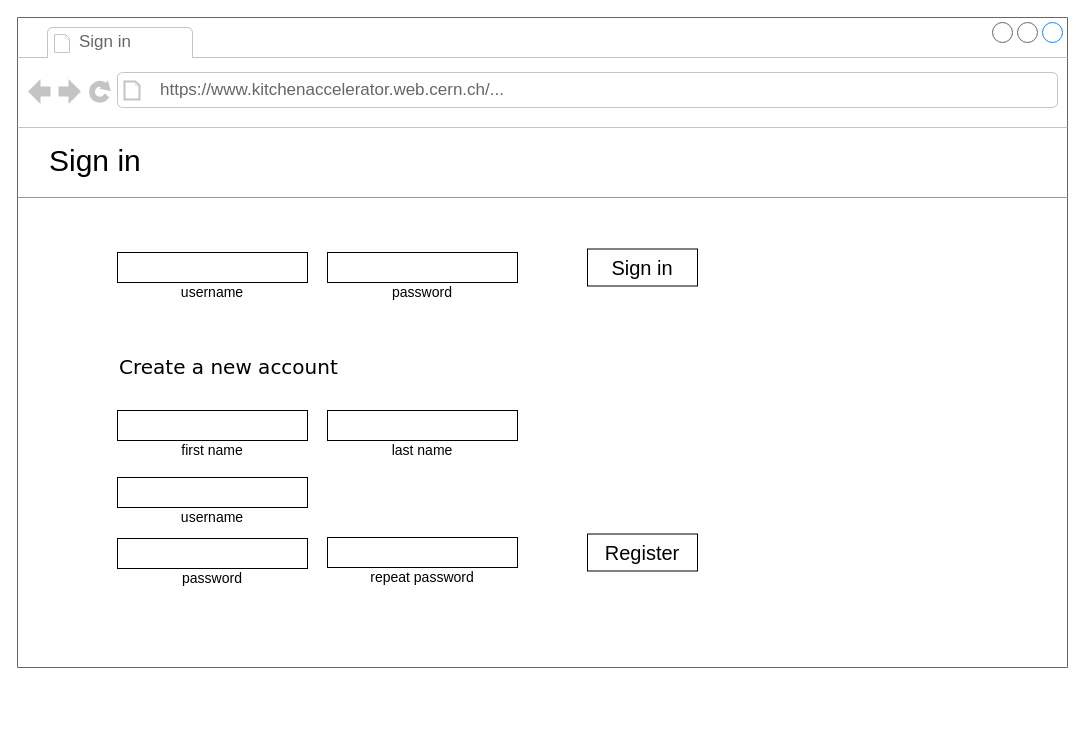
The draw.io diagram page "Sign in" (5 of 5) of media/wireframes/wireframes.drawio in DEUCE1957/kitchen-accelerator, before the edit. Source tidied: cells renumbered, new cells numbered last; positions are measured from the earlier drawing's top-left corner, leaving out a move shared by most shapes. Both pictures are drawn from the tidied source at 100%, with x=0, y=0 at pixel (17, 17).
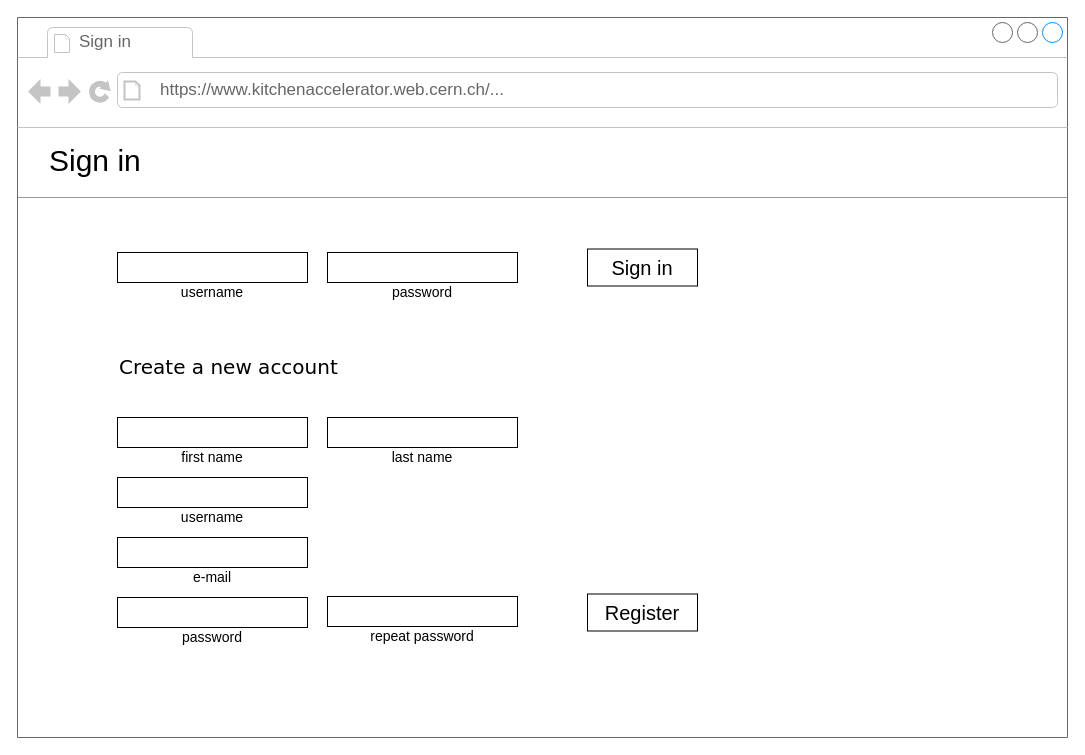
Above is the later version.

The edit, as a diff of the source:
```diff
@@
     <mxCell id="2" style="strokeWidth=1;shadow=0;dashed=0;align=center;html=1;shape=mxgraph.mockup.containers.browserWindow;rSize=0;fillColor=#ffffff;strokeColor=#666666;mainText=,;rounded=0;labelBackgroundColor=none;fontFamily=Helvetica;fontSize=12;fontColor=#000000;" parent="1" vertex="1">
-      <mxGeometry width="1050" height="650" as="geometry" />
+      <mxGeometry width="1050" height="720" as="geometry" />
     </mxCell>
@@
     <mxCell id="11" style="rounded=0;whiteSpace=wrap;html=1;fontFamily=Helvetica;fontSize=14;" parent="2" vertex="1">
-      <mxGeometry x="100" y="393" width="190" height="30" as="geometry" />
+      <mxGeometry x="100" y="400" width="190" height="30" as="geometry" />
     </mxCell>
     <mxCell id="12" value="first name" style="text;html=1;strokeColor=none;fillColor=none;align=center;verticalAlign=middle;whiteSpace=wrap;rounded=0;fontFamily=Helvetica;fontSize=14;" parent="2" vertex="1">
-      <mxGeometry x="100" y="423" width="190" height="20" as="geometry" />
+      <mxGeometry x="100" y="430" width="190" height="20" as="geometry" />
     </mxCell>
     <mxCell id="13" style="rounded=0;whiteSpace=wrap;html=1;fontFamily=Helvetica;fontSize=14;" parent="2" vertex="1">
-      <mxGeometry x="310" y="520" width="190" height="30" as="geometry" />
+      <mxGeometry x="310" y="579" width="190" height="30" as="geometry" />
     </mxCell>
     <mxCell id="14" value="repeat password" style="text;html=1;strokeColor=none;fillColor=none;align=center;verticalAlign=middle;whiteSpace=wrap;rounded=0;fontFamily=Helvetica;fontSize=14;" parent="2" vertex="1">
-      <mxGeometry x="310" y="550" width="190" height="20" as="geometry" />
+      <mxGeometry x="310" y="609" width="190" height="20" as="geometry" />
     </mxCell>
     <mxCell id="15" style="rounded=0;whiteSpace=wrap;html=1;fontFamily=Helvetica;fontSize=14;" parent="2" vertex="1">
-      <mxGeometry x="310" y="393" width="190" height="30" as="geometry" />
+      <mxGeometry x="310" y="400" width="190" height="30" as="geometry" />
     </mxCell>
     <mxCell id="16" value="last name" style="text;html=1;strokeColor=none;fillColor=none;align=center;verticalAlign=middle;whiteSpace=wrap;rounded=0;fontFamily=Helvetica;fontSize=14;" parent="2" vertex="1">
-      <mxGeometry x="310" y="423" width="190" height="20" as="geometry" />
+      <mxGeometry x="310" y="430" width="190" height="20" as="geometry" />
     </mxCell>
     <mxCell id="17" style="rounded=0;whiteSpace=wrap;html=1;fontFamily=Helvetica;fontSize=14;" parent="2" vertex="1">
-      <mxGeometry x="100" y="521" width="190" height="30" as="geometry" />
+      <mxGeometry x="100" y="580" width="190" height="30" as="geometry" />
     </mxCell>
     <mxCell id="18" value="password" style="text;html=1;strokeColor=none;fillColor=none;align=center;verticalAlign=middle;whiteSpace=wrap;rounded=0;fontFamily=Helvetica;fontSize=14;" parent="2" vertex="1">
-      <mxGeometry x="100" y="551" width="190" height="20" as="geometry" />
+      <mxGeometry x="100" y="610" width="190" height="20" as="geometry" />
     </mxCell>
     <mxCell id="19" value="Register" style="rounded=0;whiteSpace=wrap;html=1;fontSize=20;fontFamily=Helvetica;" parent="2" vertex="1">
-      <mxGeometry x="570" y="516.5" width="110" height="37" as="geometry" />
+      <mxGeometry x="570" y="576.5" width="110" height="37" as="geometry" />
     </mxCell>
@@
+    <mxCell id="24" style="rounded=0;whiteSpace=wrap;html=1;fontFamily=Helvetica;fontSize=14;" parent="2" vertex="1">
+      <mxGeometry x="100" y="520" width="190" height="30" as="geometry" />
+    </mxCell>
+    <mxCell id="25" value="e-mail" style="text;html=1;strokeColor=none;fillColor=none;align=center;verticalAlign=middle;whiteSpace=wrap;rounded=0;fontFamily=Helvetica;fontSize=14;" parent="2" vertex="1">
+      <mxGeometry x="100" y="550" width="190" height="20" as="geometry" />
+    </mxCell>
```
